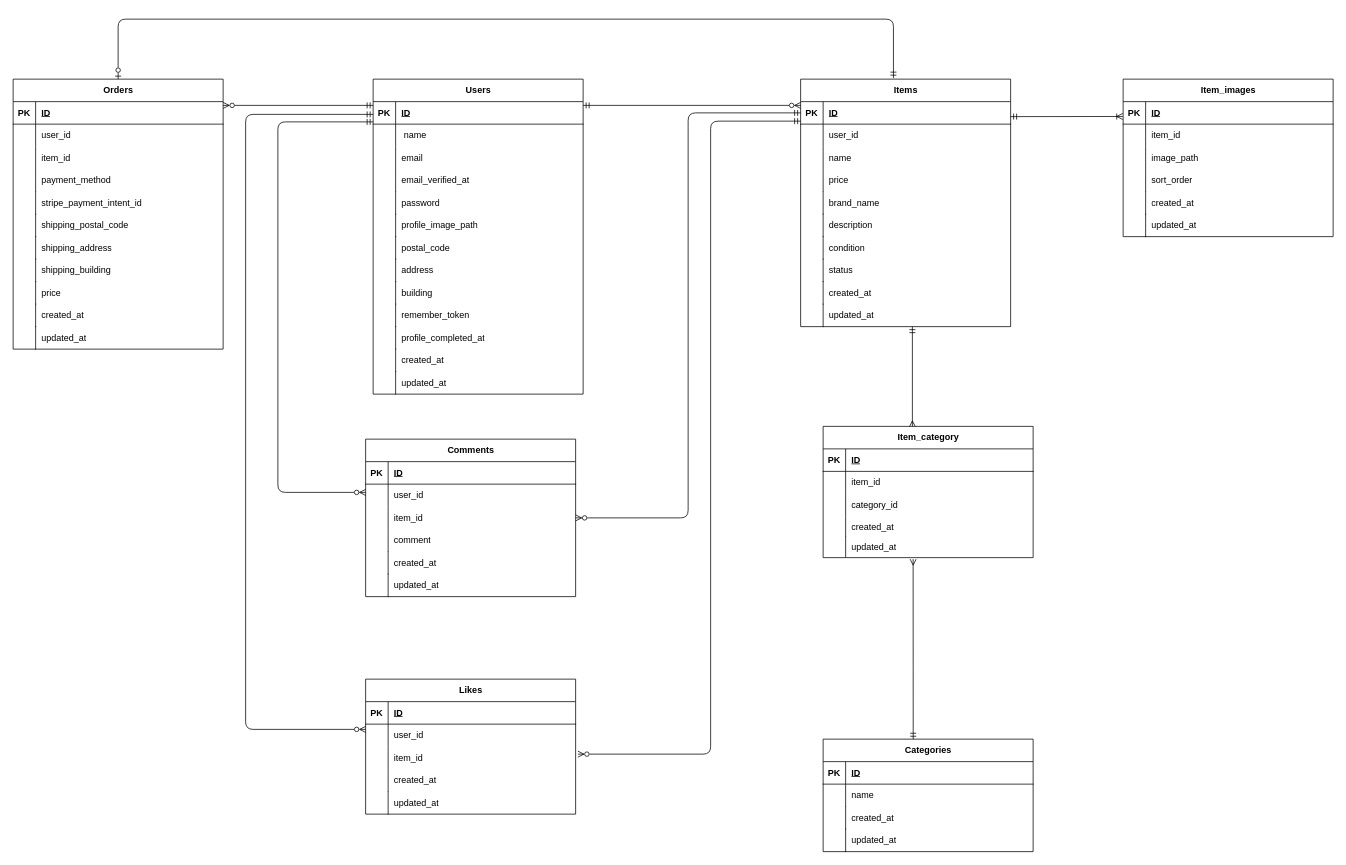
The draw.io diagram docs/er.drawio in taeko-yanari/coachtech-fleama, before the edit. Source tidied: cells renumbered, new cells numbered last; positions are measured from the earlier drawing's top-left corner, leaving out a move shared by most shapes. Both pictures are drawn from the tidied source at 75%, with x=0, y=0 at pixel (13, 19).
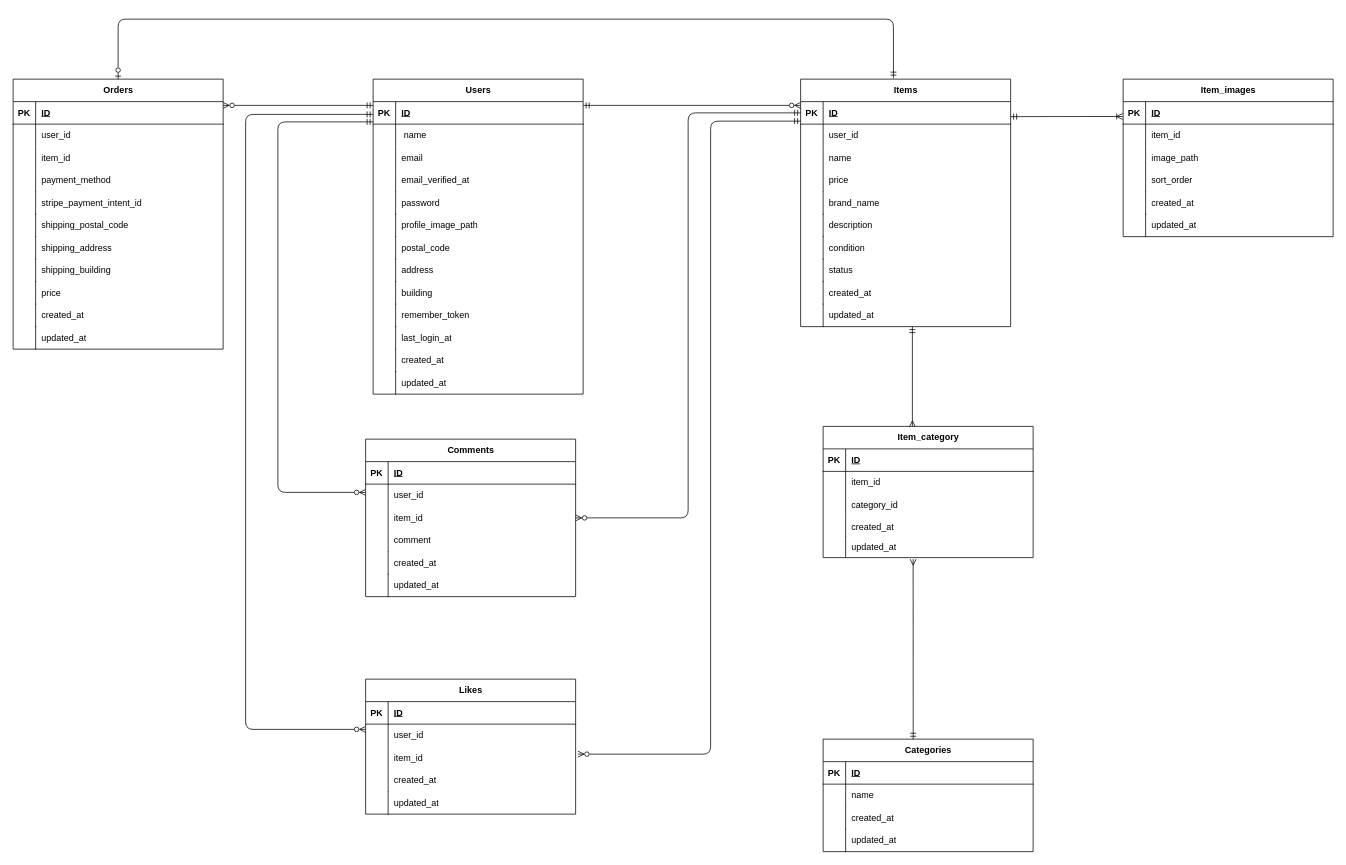
After the change.

What changed in the source:
```diff
@@
-    <mxCell id="139" value="profile_completed_at" style="shape=partialRectangle;fillColor=none;top=0;left=1;bottom=0;right=0;align=left;spacingLeft=6;overflow=hidden;whiteSpace=wrap;html=1;" parent="1" vertex="1">
+    <mxCell id="139" value="last_login_at" style="shape=partialRectangle;fillColor=none;top=0;left=1;bottom=0;right=0;align=left;spacingLeft=6;overflow=hidden;whiteSpace=wrap;html=1;" parent="1" vertex="1">
       <mxGeometry x="510" y="410" width="250" height="30" as="geometry" />
     </mxCell>
```
